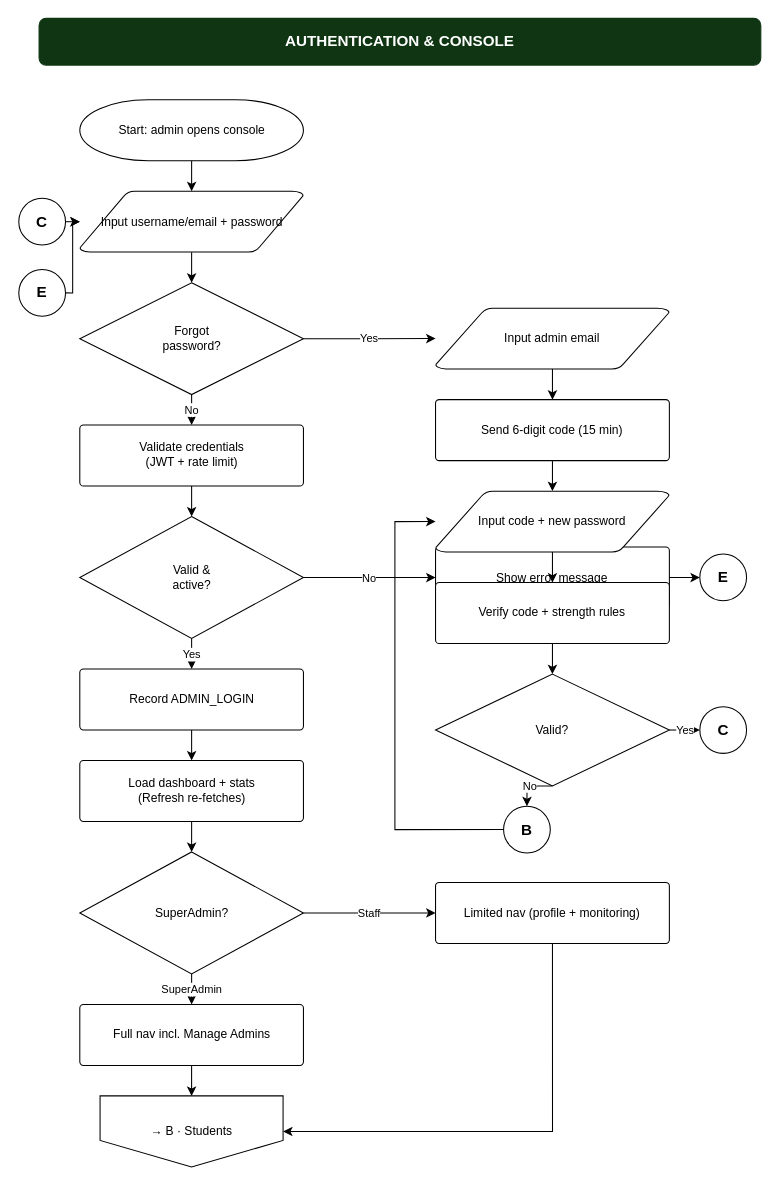
This is page "Admin — Auth" (2 of 7) of docs/reunio-admin-flow.drawio from dibidjims17/Alumni-System, a draw.io file, before an edit. Source tidied: cells renumbered, new cells numbered last; positions are measured from the earlier drawing's top-left corner, leaving out a move shared by most shapes. Both pictures are drawn from the tidied source at 105%, with x=0, y=0 at pixel (18, 18).
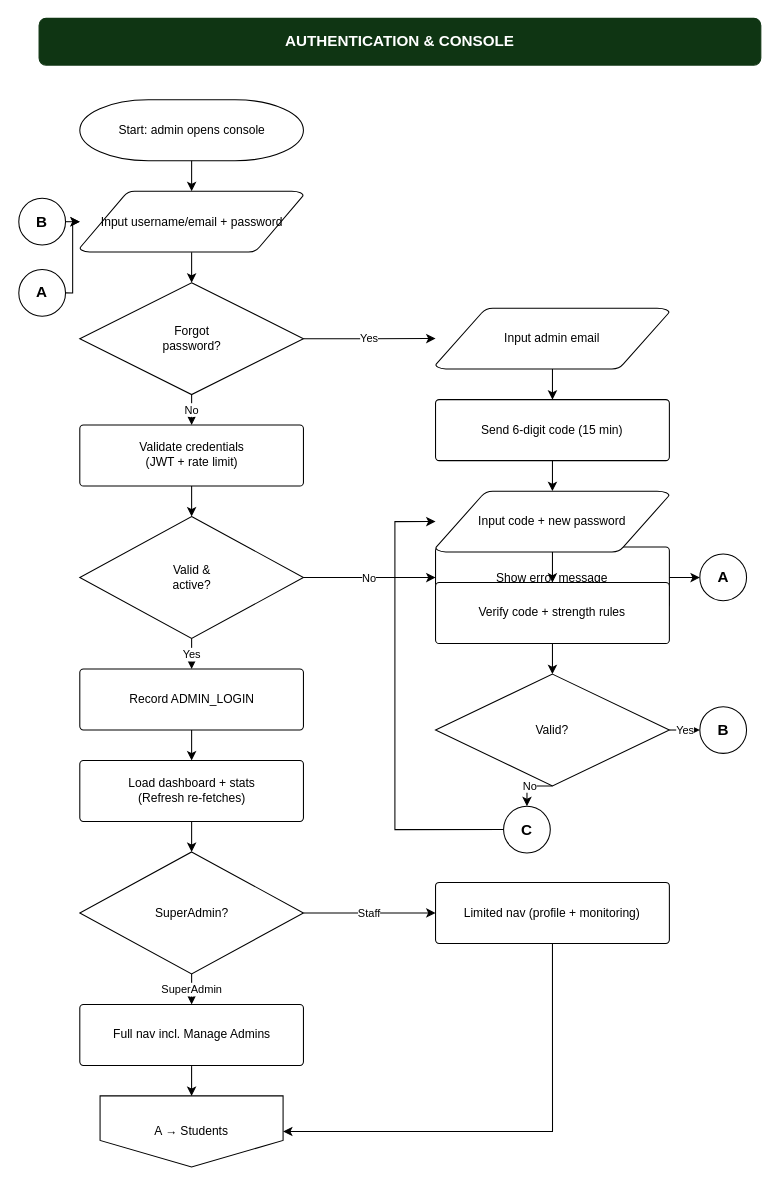
The same page after the edit.

Change to the diagram source:
```diff
@@
-    <mxCell id="14" value="→ B · Students" style="shape=offPageConnector;whiteSpace=wrap;html=1;fontSize=11.5;" parent="1" vertex="1">
+    <mxCell id="14" value="A → Students" style="shape=offPageConnector;whiteSpace=wrap;html=1;fontSize=11.5;" parent="1" vertex="1">
       <mxGeometry x="77.8" y="1026.2" width="174.3" height="67.8" as="geometry" />
     </mxCell>
@@
-    <mxCell id="20" value="B" style="shape=mxgraph.flowchart.start_2;whiteSpace=wrap;html=1;fontSize=14.5;fontStyle=1;" parent="1" vertex="1">
+    <mxCell id="20" value="C" style="shape=mxgraph.flowchart.start_2;whiteSpace=wrap;html=1;fontSize=14.5;fontStyle=1;" parent="1" vertex="1">
       <mxGeometry x="462.1" y="750.3" width="44.5" height="44.5" as="geometry" />
     </mxCell>
-    <mxCell id="21" value="C" style="shape=mxgraph.flowchart.start_2;whiteSpace=wrap;html=1;fontSize=14.5;fontStyle=1;" parent="1" vertex="1">
+    <mxCell id="21" value="B" style="shape=mxgraph.flowchart.start_2;whiteSpace=wrap;html=1;fontSize=14.5;fontStyle=1;" parent="1" vertex="1">
       <mxGeometry x="649" y="655.5" width="44.5" height="44.5" as="geometry" />
     </mxCell>
-    <mxCell id="22" value="C" style="shape=mxgraph.flowchart.start_2;whiteSpace=wrap;html=1;fontSize=14.5;fontStyle=1;" parent="1" vertex="1">
+    <mxCell id="22" value="B" style="shape=mxgraph.flowchart.start_2;whiteSpace=wrap;html=1;fontSize=14.5;fontStyle=1;" parent="1" vertex="1">
       <mxGeometry x="0.4" y="171.4" width="44.5" height="44.5" as="geometry" />
     </mxCell>
-    <mxCell id="23" value="E" style="shape=mxgraph.flowchart.start_2;whiteSpace=wrap;html=1;fontSize=14.5;fontStyle=1;" parent="1" vertex="1">
+    <mxCell id="23" value="A" style="shape=mxgraph.flowchart.start_2;whiteSpace=wrap;html=1;fontSize=14.5;fontStyle=1;" parent="1" vertex="1">
       <mxGeometry x="649" y="510.2" width="44.5" height="44.5" as="geometry" />
     </mxCell>
-    <mxCell id="24" value="E" style="shape=mxgraph.flowchart.start_2;whiteSpace=wrap;html=1;fontSize=14.5;fontStyle=1;" parent="1" vertex="1">
+    <mxCell id="24" value="A" style="shape=mxgraph.flowchart.start_2;whiteSpace=wrap;html=1;fontSize=14.5;fontStyle=1;" parent="1" vertex="1">
       <mxGeometry x="0.4" y="239.2" width="44.5" height="44.5" as="geometry" />
     </mxCell>
```
